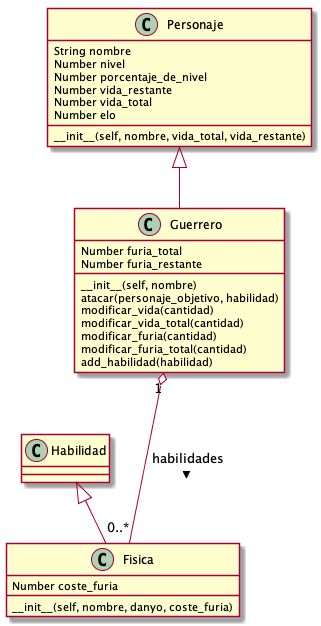
Above: out/DiagramaClasesGuerrero/DiagramaClases.png in manelme/alan-game (PlantUML), before the change.
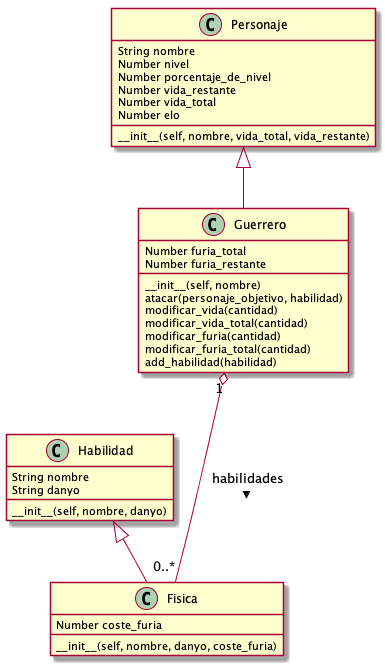
Above is the later version.

The edit, as a diff of the source:
```diff
@@ -30,7 +30,11 @@
     modificar_furia_total(cantidad)
     add_habilidad(habilidad)
 }
-
+class Habilidad{
+    String nombre
+    String danyo
+    __init__(self, nombre, danyo)
+}
 class Fisica{
     Number coste_furia
     __init__(self, nombre, danyo, coste_furia)
```
